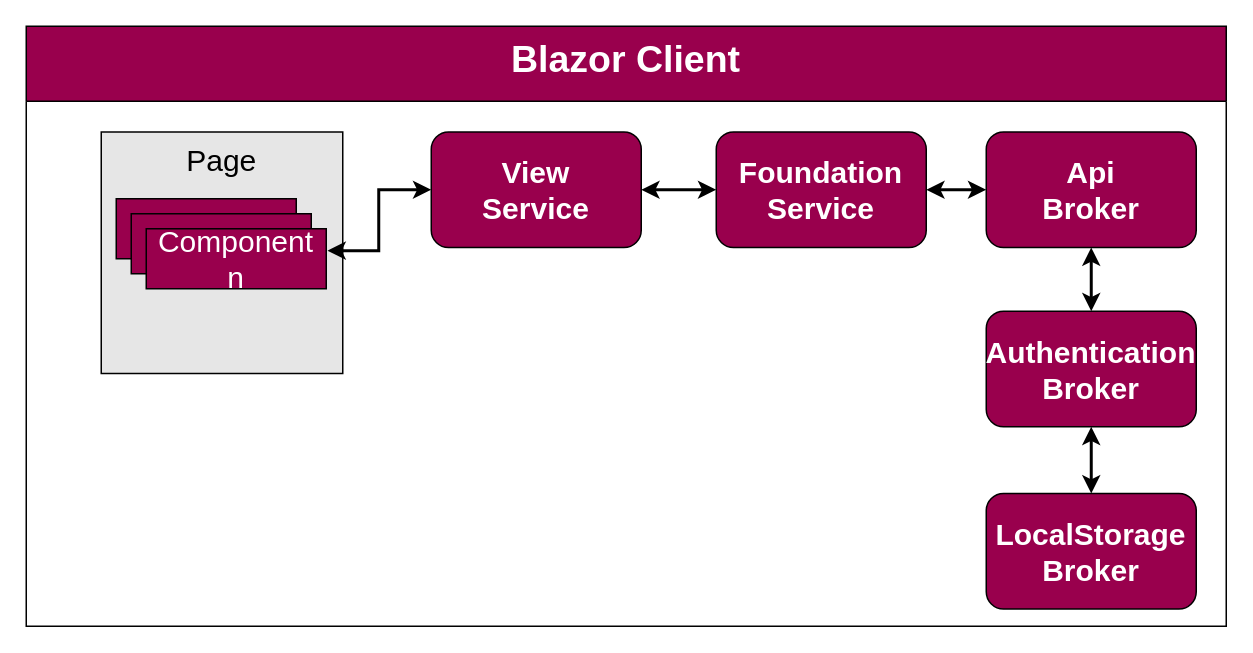
This is page "Architektur-Blazor" (6 of 7) of Parlivote.Shared/Documentation/Untitled Diagram.drawio from schnickalodeon/Parlivote, a draw.io file, before an edit. Source tidied: cells renumbered, new cells numbered last; positions are measured from the earlier drawing's top-left corner, leaving out a move shared by most shapes. Both pictures are drawn from the tidied source at 150%, with x=0, y=0 at pixel (26, 26).
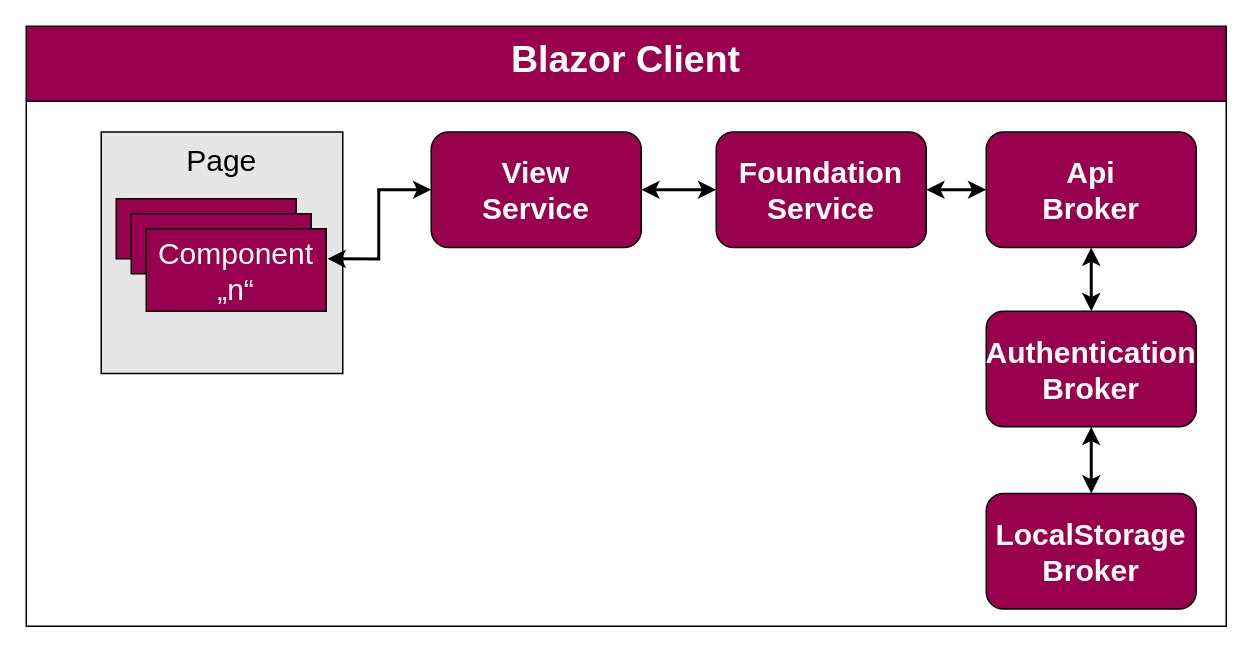
After the change.

The edit, as a diff of the source:
```diff
@@
 <mxGraphModel>
   <root>
     <mxCell id="0" />
     <mxCell id="1" parent="0" />
     <mxCell id="2" value="Blazor Client" style="swimlane;fontSize=25;fontColor=#FFFFFF;strokeColor=#000000;strokeWidth=1;fillColor=#99004D;startSize=50;verticalAlign=top;" parent="1" vertex="1">
       <mxGeometry width="800" height="400" as="geometry" />
     </mxCell>
     <mxCell id="3" value="Page" style="whiteSpace=wrap;html=1;fontSize=20;labelPosition=center;verticalLabelPosition=middle;align=center;verticalAlign=top;fillColor=#E6E6E6;" parent="2" vertex="1">
       <mxGeometry x="50" y="70.5" width="161" height="161" as="geometry" />
     </mxCell>
     <mxCell id="4" style="rounded=0;whiteSpace=wrap;html=1;fontSize=20;fillColor=#99004D;" parent="2" vertex="1">
       <mxGeometry x="60" y="115" width="120" height="40" as="geometry" />
     </mxCell>
     <mxCell id="5" style="edgeStyle=orthogonalEdgeStyle;rounded=0;jettySize=auto;html=1;exitX=1;exitY=0.5;exitDx=0;exitDy=0;entryX=0;entryY=0.5;entryDx=0;entryDy=0;fontSize=20;strokeWidth=2;startArrow=classic;startFill=1;" parent="2" edge="1" source="6" target="9">
       <mxGeometry relative="1" as="geometry" />
     </mxCell>
     <mxCell id="6" value="&lt;font style=&quot;font-size: 20px;&quot;&gt;&lt;b style=&quot;font-size: 20px;&quot;&gt;Foundation&lt;br style=&quot;font-size: 20px;&quot;&gt;Service&lt;br style=&quot;font-size: 20px;&quot;&gt;&lt;/b&gt;&lt;/font&gt;" style="rounded=1;whiteSpace=wrap;html=1;fontSize=20;fontColor=#FFFFFF;strokeColor=#000000;strokeWidth=1;fillColor=#99004D;" parent="2" vertex="1">
       <mxGeometry x="460" y="70.5" width="140" height="77" as="geometry" />
     </mxCell>
     <mxCell id="7" style="edgeStyle=orthogonalEdgeStyle;rounded=0;jettySize=auto;html=1;exitX=1;exitY=0.5;exitDx=0;exitDy=0;entryX=0;entryY=0.5;entryDx=0;entryDy=0;fontSize=20;startArrow=classic;startFill=1;strokeWidth=2;" parent="2" edge="1" source="8" target="6">
       <mxGeometry relative="1" as="geometry" />
     </mxCell>
     <mxCell id="8" value="&lt;font style=&quot;font-size: 20px;&quot;&gt;&lt;b style=&quot;font-size: 20px;&quot;&gt;View&lt;br style=&quot;font-size: 20px;&quot;&gt;Service&lt;br style=&quot;font-size: 20px;&quot;&gt;&lt;/b&gt;&lt;/font&gt;" style="rounded=1;whiteSpace=wrap;html=1;fontSize=20;fontColor=#FFFFFF;strokeColor=#000000;strokeWidth=1;fillColor=#99004D;" parent="2" vertex="1">
       <mxGeometry x="270" y="70.5" width="140" height="77" as="geometry" />
     </mxCell>
     <mxCell id="9" value="&lt;font style=&quot;font-size: 20px;&quot;&gt;&lt;b style=&quot;font-size: 20px;&quot;&gt;Api&lt;br style=&quot;font-size: 20px;&quot;&gt;Broker&lt;/b&gt;&lt;/font&gt;" style="rounded=1;whiteSpace=wrap;html=1;fontSize=20;fontColor=#FFFFFF;strokeColor=#000000;strokeWidth=1;fillColor=#99004D;" parent="2" vertex="1">
       <mxGeometry x="640" y="70.5" width="140" height="77" as="geometry" />
     </mxCell>
     <mxCell id="10" style="rounded=0;whiteSpace=wrap;html=1;fontSize=20;fillColor=#99004D;" parent="2" vertex="1">
       <mxGeometry x="70" y="125" width="120" height="40" as="geometry" />
     </mxCell>
     <mxCell id="11" style="edgeStyle=orthogonalEdgeStyle;rounded=0;jettySize=auto;html=1;exitX=1.007;exitY=0.365;exitDx=0;exitDy=0;fontSize=20;startArrow=classic;startFill=1;strokeWidth=2;exitPerimeter=0;" parent="2" edge="1" source="12" target="8">
       <mxGeometry relative="1" as="geometry" />
     </mxCell>
-    <mxCell id="12" value="Component n" style="rounded=0;whiteSpace=wrap;html=1;fontSize=20;fillColor=#99004D;fontColor=#FFFFFF;" parent="2" vertex="1">
-      <mxGeometry x="80" y="135" width="120" height="40" as="geometry" />
+    <mxCell id="12" value="Component „n“" style="rounded=0;whiteSpace=wrap;html=1;fontSize=20;fillColor=#99004D;fontColor=#FFFFFF;" parent="2" vertex="1">
+      <mxGeometry x="80" y="135" width="120" height="55" as="geometry" />
     </mxCell>
     <mxCell id="13" style="edgeStyle=orthogonalEdgeStyle;rounded=0;jettySize=auto;html=1;exitX=0.5;exitY=0;exitDx=0;exitDy=0;entryX=0.5;entryY=1;entryDx=0;entryDy=0;fontSize=20;fontColor=#FFFFFF;startArrow=classic;startFill=1;strokeWidth=2;" parent="2" edge="1" source="15" target="9">
       <mxGeometry relative="1" as="geometry" />
     </mxCell>
     <mxCell id="14" style="edgeStyle=orthogonalEdgeStyle;rounded=0;jettySize=auto;html=1;exitX=0.5;exitY=1;exitDx=0;exitDy=0;entryX=0.5;entryY=0;entryDx=0;entryDy=0;fontSize=20;fontColor=#FFFFFF;startArrow=classic;startFill=1;strokeWidth=2;" parent="2" edge="1" source="15" target="16">
       <mxGeometry relative="1" as="geometry" />
     </mxCell>
     <mxCell id="15" value="&lt;font style=&quot;font-size: 20px;&quot;&gt;&lt;b style=&quot;font-size: 20px;&quot;&gt;Authentication&lt;br style=&quot;font-size: 20px;&quot;&gt;Broker&lt;/b&gt;&lt;/font&gt;" style="rounded=1;whiteSpace=wrap;html=1;fontSize=20;fontColor=#FFFFFF;strokeColor=#000000;strokeWidth=1;fillColor=#99004D;" parent="2" vertex="1">
       <mxGeometry x="640" y="190" width="140" height="77" as="geometry" />
     </mxCell>
     <mxCell id="16" value="&lt;font style=&quot;font-size: 20px;&quot;&gt;&lt;b style=&quot;font-size: 20px;&quot;&gt;LocalStorage&lt;br style=&quot;font-size: 20px;&quot;&gt;Broker&lt;/b&gt;&lt;/font&gt;" style="rounded=1;whiteSpace=wrap;html=1;fontSize=20;fontColor=#FFFFFF;strokeColor=#000000;strokeWidth=1;fillColor=#99004D;" parent="2" vertex="1">
       <mxGeometry x="640" y="311.5" width="140" height="77" as="geometry" />
     </mxCell>
   </root>
 </mxGraphModel>
```
